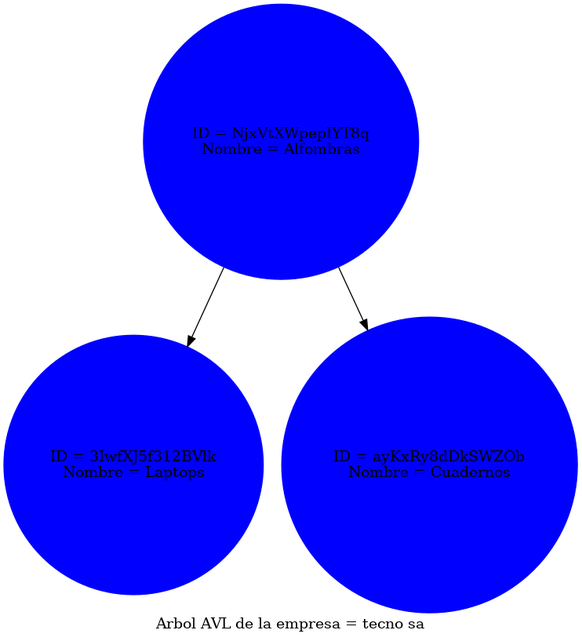
Above: src/Reportes/arbol_Emp.png in miguel-tubac/-EDD-Proyecto1_202101927 (Graphviz), before the change. Its source is kept beside it as src/Reportes/arbol_Emp.dot.
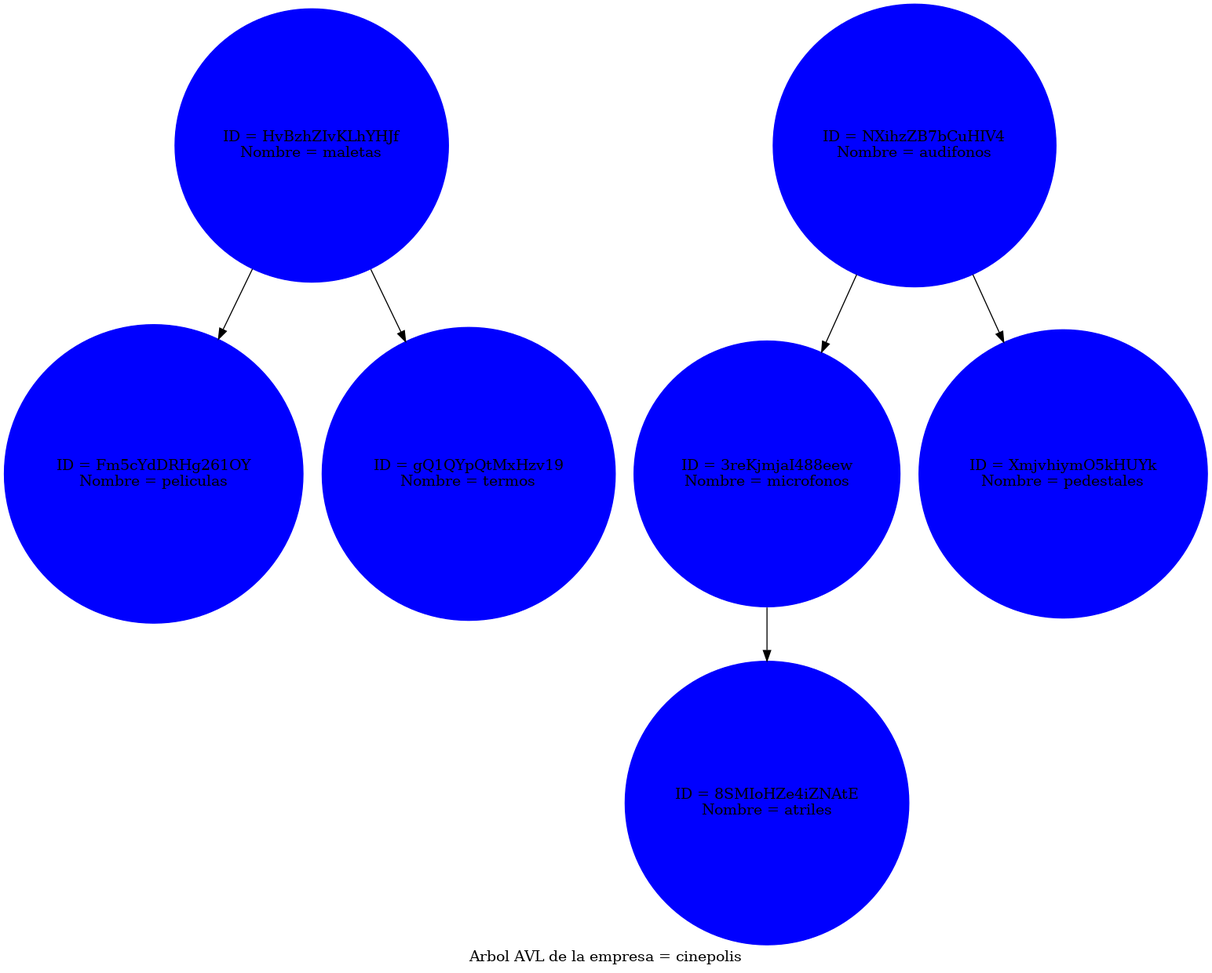
Above is the later version.

Diff of the diagram source:
```diff
@@ -1,9 +1,16 @@
 digraph AVLTree {
-	label="Arbol AVL de la empresa = tecno sa";
+	label="Arbol AVL de la empresa = cinepolis";
     node [shape=circle];
-    "NjxVtXWpepIYT8q" [color= blue, style=filled label="ID = NjxVtXWpepIYT8q\nNombre = Alfombras"];
-    "NjxVtXWpepIYT8q" -> "3IwfXJ5f312BVlk";
-    "3IwfXJ5f312BVlk" [color= blue, style=filled label="ID = 3IwfXJ5f312BVlk\nNombre = Laptops"];
-    "NjxVtXWpepIYT8q" -> "ayKxRy8dDkSWZOb";
-    "ayKxRy8dDkSWZOb" [color= blue, style=filled label="ID = ayKxRy8dDkSWZOb\nNombre = Cuadernos"];
+    "HvBzhZIvKLhYHJf" [color= blue, style=filled label="ID = HvBzhZIvKLhYHJf\nNombre = maletas"];
+    "HvBzhZIvKLhYHJf" -> "Fm5cYdDRHg261OY";
+    "Fm5cYdDRHg261OY" [color= blue, style=filled label="ID = Fm5cYdDRHg261OY\nNombre = peliculas"];
+    "HvBzhZIvKLhYHJf" -> "gQ1QYpQtMxHzv19";
+    "gQ1QYpQtMxHzv19" [color= blue, style=filled label="ID = gQ1QYpQtMxHzv19\nNombre = termos"];
+    "NXihzZB7bCuHIV4" [color= blue, style=filled label="ID = NXihzZB7bCuHIV4\nNombre = audifonos"];
+    "NXihzZB7bCuHIV4" -> "3reKjmjaI488eew";
+    "3reKjmjaI488eew" [color= blue, style=filled label="ID = 3reKjmjaI488eew\nNombre = microfonos"];
+    "3reKjmjaI488eew" -> "8SMIoHZe4iZNAtE";
+    "8SMIoHZe4iZNAtE" [color= blue, style=filled label="ID = 8SMIoHZe4iZNAtE\nNombre = atriles"];
+    "NXihzZB7bCuHIV4" -> "XmjvhiymO5kHUYk";
+    "XmjvhiymO5kHUYk" [color= blue, style=filled label="ID = XmjvhiymO5kHUYk\nNombre = pedestales"];
 }
```
